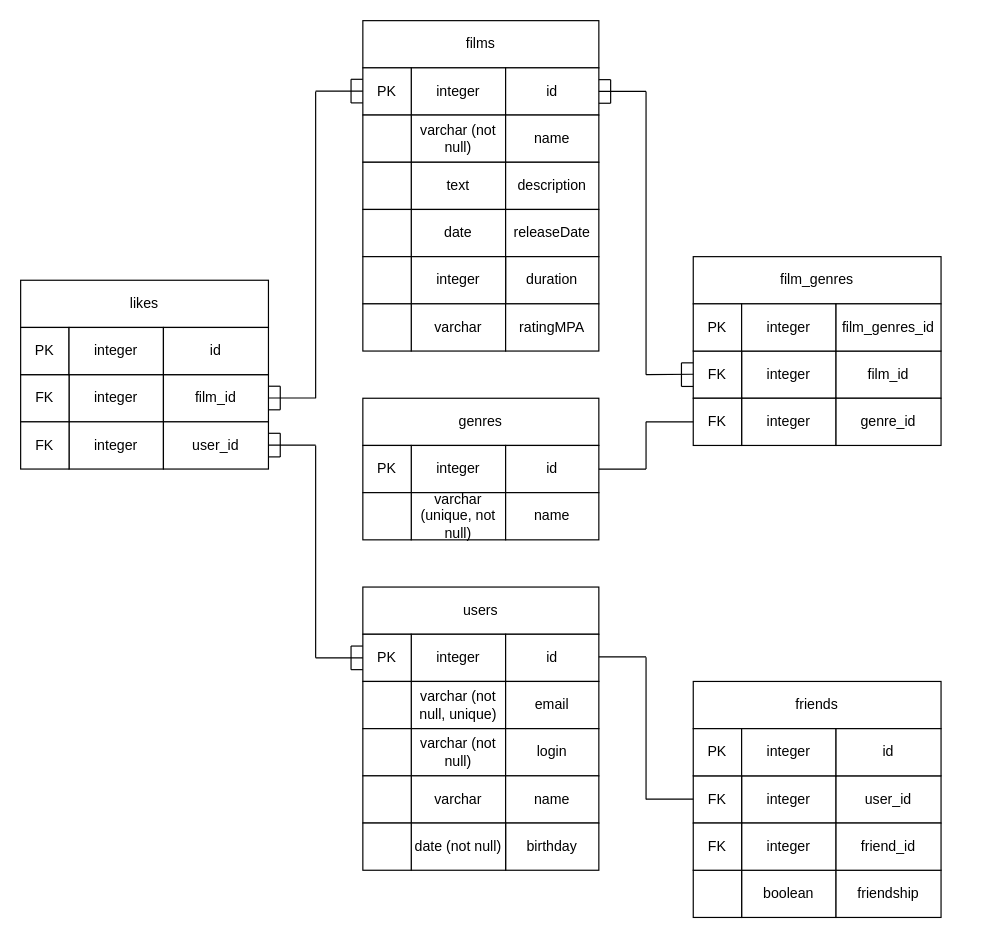
The draw.io diagram filmorate.drawio in Ivan-Tyj/java-filmorate, before the edit. Source tidied: cells renumbered, new cells numbered last; positions are measured from the earlier drawing's top-left corner, leaving out a move shared by most shapes. Both pictures are drawn from the tidied source at 118%, with x=0, y=0 at pixel (20, 20).
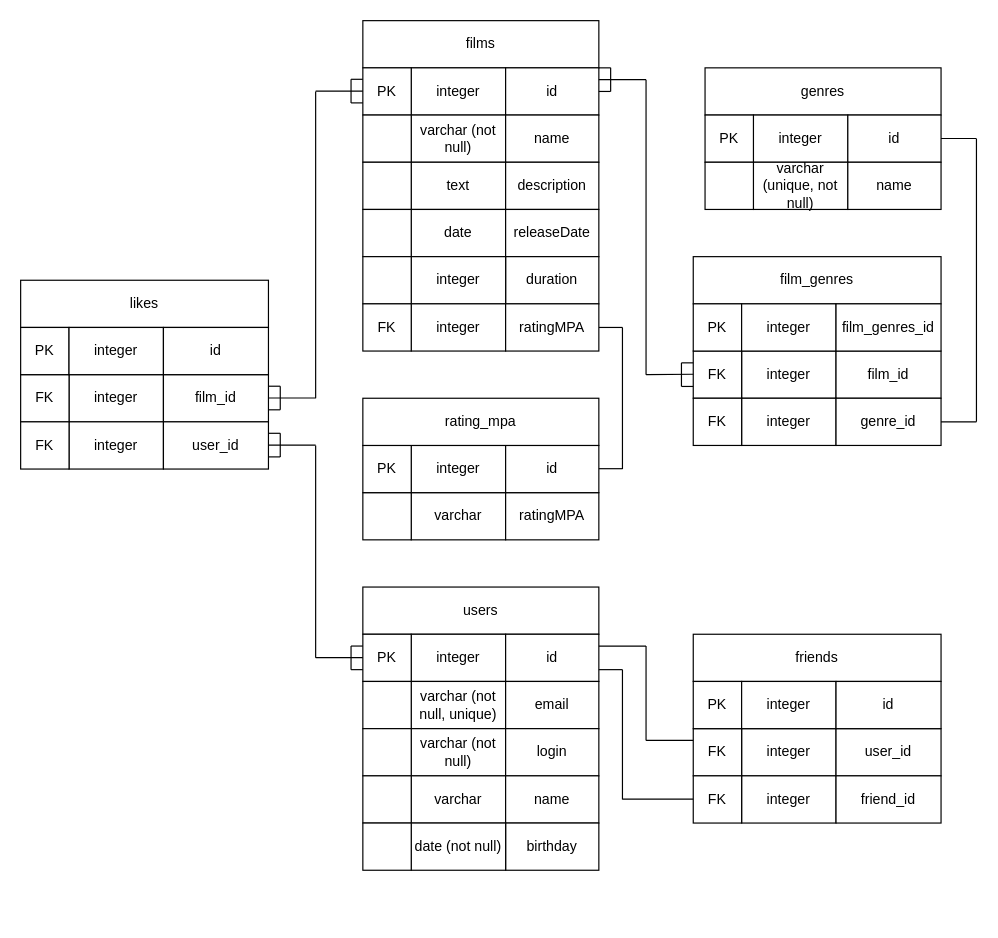
The same diagram, later.

Unchanged cells that the change refers to:
```xml
<mxCell id="4" value="id" style="rounded=0;whiteSpace=wrap;html=1;" parent="1" vertex="1">
  <mxGeometry x="411" y="40" width="79" height="40" as="geometry" />
</mxCell>
<mxCell id="34" value="FK" style="rounded=0;whiteSpace=wrap;html=1;" parent="1" vertex="1">
  <mxGeometry x="570" y="320" width="41" height="40" as="geometry" />
</mxCell>
```

Diff of the diagram source:
```diff
@@
     <mxCell id="13" value="varchar" style="rounded=0;whiteSpace=wrap;html=1;" parent="1" vertex="1">
-      <mxGeometry x="331" y="240" width="80" height="40" as="geometry" />
+      <mxGeometry x="331" y="400" width="80" height="40" as="geometry" />
     </mxCell>
     <mxCell id="14" value="ratingMPA" style="rounded=0;whiteSpace=wrap;html=1;" parent="1" vertex="1">
-      <mxGeometry x="411" y="240" width="79" height="40" as="geometry" />
+      <mxGeometry x="411" y="400" width="79" height="40" as="geometry" />
     </mxCell>
@@
     <mxCell id="20" style="rounded=0;whiteSpace=wrap;html=1;" parent="1" vertex="1">
-      <mxGeometry x="290" y="240" width="41" height="40" as="geometry" />
+      <mxGeometry x="290" y="400" width="41" height="40" as="geometry" />
     </mxCell>
     <mxCell id="21" value="genres" style="rounded=0;whiteSpace=wrap;html=1;" parent="1" vertex="1">
-      <mxGeometry x="290" y="320" width="200" height="40" as="geometry" />
+      <mxGeometry x="580" y="40" width="200" height="40" as="geometry" />
     </mxCell>
     <mxCell id="22" value="integer" style="rounded=0;whiteSpace=wrap;html=1;" parent="1" vertex="1">
-      <mxGeometry x="331" y="360" width="80" height="40" as="geometry" />
+      <mxGeometry x="621" y="80" width="80" height="40" as="geometry" />
     </mxCell>
     <mxCell id="23" value="id" style="rounded=0;whiteSpace=wrap;html=1;" parent="1" vertex="1">
-      <mxGeometry x="411" y="360" width="79" height="40" as="geometry" />
+      <mxGeometry x="701" y="80" width="79" height="40" as="geometry" />
     </mxCell>
     <mxCell id="24" value="varchar (unique, not null)" style="rounded=0;whiteSpace=wrap;html=1;" parent="1" vertex="1">
-      <mxGeometry x="331" y="400" width="80" height="40" as="geometry" />
+      <mxGeometry x="621" y="120" width="80" height="40" as="geometry" />
     </mxCell>
     <mxCell id="25" value="name" style="rounded=0;whiteSpace=wrap;html=1;" parent="1" vertex="1">
-      <mxGeometry x="411" y="400" width="79" height="40" as="geometry" />
+      <mxGeometry x="701" y="120" width="79" height="40" as="geometry" />
     </mxCell>
     <mxCell id="26" value="PK" style="rounded=0;whiteSpace=wrap;html=1;" parent="1" vertex="1">
-      <mxGeometry x="290" y="360" width="41" height="40" as="geometry" />
+      <mxGeometry x="580" y="80" width="41" height="40" as="geometry" />
     </mxCell>
     <mxCell id="27" style="rounded=0;whiteSpace=wrap;html=1;" parent="1" vertex="1">
-      <mxGeometry x="290" y="400" width="41" height="40" as="geometry" />
+      <mxGeometry x="580" y="120" width="41" height="40" as="geometry" />
     </mxCell>
@@
     <mxCell id="36" style="endArrow=none;html=1;rounded=0;" parent="1" edge="1">
       <mxGeometry relative="1" as="geometry">
         <mxPoint x="530" y="300" as="sourcePoint" />
-        <mxPoint x="530" y="60" as="targetPoint" />
+        <mxPoint x="530" y="50" as="targetPoint" />
       </mxGeometry>
     </mxCell>
-    <mxCell id="37" style="endArrow=none;html=1;rounded=0;exitX=1;exitY=0.5;exitDx=0;exitDy=0;" parent="1" edge="1" source="4">
+    <mxCell id="37" style="endArrow=none;html=1;rounded=0;exitX=1;exitY=0.5;exitDx=0;exitDy=0;" parent="1" edge="1">
       <mxGeometry relative="1" as="geometry">
-        <mxPoint x="530" y="60" as="targetPoint" />
+        <mxPoint x="490" y="50" as="sourcePoint" />
+        <mxPoint x="530" y="50" as="targetPoint" />
       </mxGeometry>
     </mxCell>
-    <mxCell id="38" style="endArrow=none;html=1;rounded=0;exitX=1;exitY=0.75;exitDx=0;exitDy=0;" parent="1" edge="1" source="4">
+    <mxCell id="38" style="endArrow=none;html=1;rounded=0;exitX=1;exitY=0.75;exitDx=0;exitDy=0;" parent="1" edge="1">
       <mxGeometry relative="1" as="geometry">
-        <mxPoint x="500" y="70" as="targetPoint" />
+        <mxPoint x="490" y="60" as="sourcePoint" />
+        <mxPoint x="500" y="60" as="targetPoint" />
       </mxGeometry>
     </mxCell>
-    <mxCell id="39" style="endArrow=none;html=1;rounded=0;exitX=1;exitY=0.25;exitDx=0;exitDy=0;" parent="1" edge="1" source="4">
+    <mxCell id="39" style="endArrow=none;html=1;rounded=0;exitX=1;exitY=0.25;exitDx=0;exitDy=0;" parent="1" edge="1">
       <mxGeometry relative="1" as="geometry">
-        <mxPoint x="500" y="50" as="targetPoint" />
+        <mxPoint x="490" y="40" as="sourcePoint" />
+        <mxPoint x="500" y="40" as="targetPoint" />
       </mxGeometry>
     </mxCell>
@@
     <mxCell id="46" style="endArrow=none;html=1;rounded=0;" parent="1" edge="1">
       <mxGeometry relative="1" as="geometry">
-        <mxPoint x="500" y="50" as="sourcePoint" />
-        <mxPoint x="500" y="70" as="targetPoint" />
+        <mxPoint x="500" y="40" as="sourcePoint" />
+        <mxPoint x="500" y="60" as="targetPoint" />
       </mxGeometry>
     </mxCell>
-    <mxCell id="47" style="endArrow=none;html=1;rounded=0;exitX=1;exitY=0.5;exitDx=0;exitDy=0;" parent="1" edge="1" source="23">
+    <mxCell id="47" style="endArrow=none;html=1;rounded=0;" parent="1" edge="1">
       <mxGeometry relative="1" as="geometry">
-        <mxPoint x="530" y="380" as="targetPoint" />
+        <mxPoint x="810" y="99.9" as="sourcePoint" />
+        <mxPoint x="780" y="99.9" as="targetPoint" />
       </mxGeometry>
     </mxCell>
-    <mxCell id="48" style="endArrow=none;html=1;rounded=0;exitX=0;exitY=0.5;exitDx=0;exitDy=0;" parent="1" edge="1" source="34">
+    <mxCell id="48" style="endArrow=none;html=1;rounded=0;" parent="1" edge="1">
       <mxGeometry relative="1" as="geometry">
-        <mxPoint x="530" y="340" as="targetPoint" />
+        <mxPoint x="810" y="340" as="sourcePoint" />
+        <mxPoint x="780" y="340" as="targetPoint" />
       </mxGeometry>
     </mxCell>
     <mxCell id="49" style="endArrow=none;html=1;rounded=0;" parent="1" edge="1">
       <mxGeometry relative="1" as="geometry">
-        <mxPoint x="530" y="340" as="sourcePoint" />
-        <mxPoint x="530" y="380" as="targetPoint" />
+        <mxPoint x="810" y="100" as="sourcePoint" />
+        <mxPoint x="810" y="340" as="targetPoint" />
       </mxGeometry>
     </mxCell>
@@
-    <mxCell id="61" value="boolean" style="rounded=0;whiteSpace=wrap;html=1;" parent="1" vertex="1">
-      <mxGeometry x="611" y="720" width="80" height="40" as="geometry" />
-    </mxCell>
-    <mxCell id="62" value="friendship" style="rounded=0;whiteSpace=wrap;html=1;" parent="1" vertex="1">
-      <mxGeometry x="691" y="720" width="89" height="40" as="geometry" />
-    </mxCell>
@@
-    <mxCell id="68" style="rounded=0;whiteSpace=wrap;html=1;" parent="1" vertex="1">
-      <mxGeometry x="570" y="720" width="41" height="40" as="geometry" />
-    </mxCell>
@@
     <mxCell id="88" value="friends" style="rounded=0;whiteSpace=wrap;html=1;" parent="1" vertex="1">
-      <mxGeometry x="570" y="560" width="210" height="40" as="geometry" />
+      <mxGeometry x="570" y="520" width="210" height="40" as="geometry" />
     </mxCell>
     <mxCell id="89" value="integer" style="rounded=0;whiteSpace=wrap;html=1;" parent="1" vertex="1">
-      <mxGeometry x="611" y="640" width="80" height="40" as="geometry" />
+      <mxGeometry x="611" y="600" width="80" height="40" as="geometry" />
     </mxCell>
     <mxCell id="90" value="user_id" style="rounded=0;whiteSpace=wrap;html=1;" parent="1" vertex="1">
-      <mxGeometry x="691" y="640" width="89" height="40" as="geometry" />
+      <mxGeometry x="691" y="600" width="89" height="40" as="geometry" />
     </mxCell>
     <mxCell id="91" value="integer" style="rounded=0;whiteSpace=wrap;html=1;" parent="1" vertex="1">
-      <mxGeometry x="611" y="680" width="80" height="40" as="geometry" />
+      <mxGeometry x="611" y="640" width="80" height="40" as="geometry" />
     </mxCell>
     <mxCell id="92" value="friend_id" style="rounded=0;whiteSpace=wrap;html=1;" parent="1" vertex="1">
-      <mxGeometry x="691" y="680" width="89" height="40" as="geometry" />
+      <mxGeometry x="691" y="640" width="89" height="40" as="geometry" />
     </mxCell>
     <mxCell id="93" value="FK" style="rounded=0;whiteSpace=wrap;html=1;" parent="1" vertex="1">
-      <mxGeometry x="570" y="640" width="41" height="40" as="geometry" />
+      <mxGeometry x="570" y="600" width="41" height="40" as="geometry" />
     </mxCell>
     <mxCell id="94" value="FK" style="rounded=0;whiteSpace=wrap;html=1;" parent="1" vertex="1">
-      <mxGeometry x="570" y="680" width="41" height="40" as="geometry" />
+      <mxGeometry x="570" y="640" width="41" height="40" as="geometry" />
     </mxCell>
     <mxCell id="95" value="PK" style="rounded=0;whiteSpace=wrap;html=1;" parent="1" vertex="1">
-      <mxGeometry x="570" y="600" width="41" height="40" as="geometry" />
+      <mxGeometry x="570" y="560" width="41" height="40" as="geometry" />
     </mxCell>
     <mxCell id="96" value="integer" style="rounded=0;whiteSpace=wrap;html=1;" parent="1" vertex="1">
-      <mxGeometry x="611" y="600" width="80" height="40" as="geometry" />
+      <mxGeometry x="611" y="560" width="80" height="40" as="geometry" />
     </mxCell>
     <mxCell id="97" value="id" style="rounded=0;whiteSpace=wrap;html=1;" parent="1" vertex="1">
-      <mxGeometry x="691" y="600" width="89" height="40" as="geometry" />
+      <mxGeometry x="691" y="560" width="89" height="40" as="geometry" />
     </mxCell>
@@
     <mxCell id="103" style="endArrow=none;html=1;rounded=0;entryX=0.002;entryY=0.491;entryDx=0;entryDy=0;entryPerimeter=0;" parent="1" edge="1">
       <mxGeometry relative="1" as="geometry">
-        <mxPoint x="250" y="540" as="sourcePoint" />
-        <mxPoint x="290" y="540" as="targetPoint" />
+        <mxPoint x="250" y="539.8" as="sourcePoint" />
+        <mxPoint x="290" y="539.8" as="targetPoint" />
       </mxGeometry>
     </mxCell>
@@
     <mxCell id="107" style="endArrow=none;html=1;rounded=0;exitX=1;exitY=0.5;exitDx=0;exitDy=0;" parent="1" edge="1">
       <mxGeometry relative="1" as="geometry">
-        <mxPoint x="490" y="539.1" as="sourcePoint" />
-        <mxPoint x="530" y="539.1" as="targetPoint" />
+        <mxPoint x="490" y="530" as="sourcePoint" />
+        <mxPoint x="530" y="530" as="targetPoint" />
       </mxGeometry>
     </mxCell>
     <mxCell id="108" style="endArrow=none;html=1;rounded=0;" parent="1" edge="1">
       <mxGeometry relative="1" as="geometry">
-        <mxPoint x="530" y="660" as="sourcePoint" />
-        <mxPoint x="530" y="539.4" as="targetPoint" />
+        <mxPoint x="530" y="610" as="sourcePoint" />
+        <mxPoint x="530" y="530" as="targetPoint" />
       </mxGeometry>
     </mxCell>
     <mxCell id="109" style="endArrow=none;html=1;rounded=0;entryX=0.002;entryY=0.491;entryDx=0;entryDy=0;entryPerimeter=0;" parent="1" edge="1">
       <mxGeometry relative="1" as="geometry">
-        <mxPoint x="530" y="659.7" as="sourcePoint" />
-        <mxPoint x="570" y="659.7" as="targetPoint" />
+        <mxPoint x="530" y="610" as="sourcePoint" />
+        <mxPoint x="570" y="610" as="targetPoint" />
       </mxGeometry>
     </mxCell>
+    <mxCell id="110" value="integer" style="rounded=0;whiteSpace=wrap;html=1;" parent="1" vertex="1">
+      <mxGeometry x="331" y="360" width="80" height="40" as="geometry" />
+    </mxCell>
+    <mxCell id="111" value="id" style="rounded=0;whiteSpace=wrap;html=1;" parent="1" vertex="1">
+      <mxGeometry x="411" y="360" width="79" height="40" as="geometry" />
+    </mxCell>
+    <mxCell id="112" value="PK" style="rounded=0;whiteSpace=wrap;html=1;" parent="1" vertex="1">
+      <mxGeometry x="290" y="360" width="41" height="40" as="geometry" />
+    </mxCell>
+    <mxCell id="113" value="rating_mpa" style="rounded=0;whiteSpace=wrap;html=1;" parent="1" vertex="1">
+      <mxGeometry x="290" y="320" width="200" height="40" as="geometry" />
+    </mxCell>
+    <mxCell id="114" style="endArrow=none;html=1;rounded=0;exitX=1;exitY=0.5;exitDx=0;exitDy=0;" parent="1" edge="1">
+      <mxGeometry relative="1" as="geometry">
+        <mxPoint x="490" y="260" as="sourcePoint" />
+        <mxPoint x="510" y="260" as="targetPoint" />
+      </mxGeometry>
+    </mxCell>
+    <mxCell id="115" style="endArrow=none;html=1;rounded=0;" parent="1" edge="1">
+      <mxGeometry relative="1" as="geometry">
+        <mxPoint x="510" y="380" as="sourcePoint" />
+        <mxPoint x="510" y="260" as="targetPoint" />
+      </mxGeometry>
+    </mxCell>
+    <mxCell id="116" style="endArrow=none;html=1;rounded=0;" parent="1" edge="1">
+      <mxGeometry relative="1" as="geometry">
+        <mxPoint x="490" y="379.7" as="sourcePoint" />
+        <mxPoint x="510" y="379.7" as="targetPoint" />
+      </mxGeometry>
+    </mxCell>
+    <mxCell id="117" value="integer" style="rounded=0;whiteSpace=wrap;html=1;" parent="1" vertex="1">
+      <mxGeometry x="331" y="240" width="80" height="40" as="geometry" />
+    </mxCell>
+    <mxCell id="118" value="FK" style="rounded=0;whiteSpace=wrap;html=1;" parent="1" vertex="1">
+      <mxGeometry x="290" y="240" width="41" height="40" as="geometry" />
+    </mxCell>
+    <mxCell id="119" value="ratingMPA" style="rounded=0;whiteSpace=wrap;html=1;" parent="1" vertex="1">
+      <mxGeometry x="411" y="240" width="79" height="40" as="geometry" />
+    </mxCell>
+    <mxCell id="120" style="endArrow=none;html=1;rounded=0;exitX=1;exitY=0.5;exitDx=0;exitDy=0;" parent="1" edge="1">
+      <mxGeometry relative="1" as="geometry">
+        <mxPoint x="490" y="550" as="sourcePoint" />
+        <mxPoint x="510" y="550" as="targetPoint" />
+      </mxGeometry>
+    </mxCell>
+    <mxCell id="121" style="endArrow=none;html=1;rounded=0;" parent="1" edge="1">
+      <mxGeometry relative="1" as="geometry">
+        <mxPoint x="510" y="660" as="sourcePoint" />
+        <mxPoint x="510" y="550" as="targetPoint" />
+      </mxGeometry>
+    </mxCell>
+    <mxCell id="122" style="endArrow=none;html=1;rounded=0;entryX=0.002;entryY=0.491;entryDx=0;entryDy=0;entryPerimeter=0;" parent="1" edge="1">
+      <mxGeometry relative="1" as="geometry">
+        <mxPoint x="510" y="659.8" as="sourcePoint" />
+        <mxPoint x="570" y="659.8" as="targetPoint" />
+      </mxGeometry>
+    </mxCell>
```
